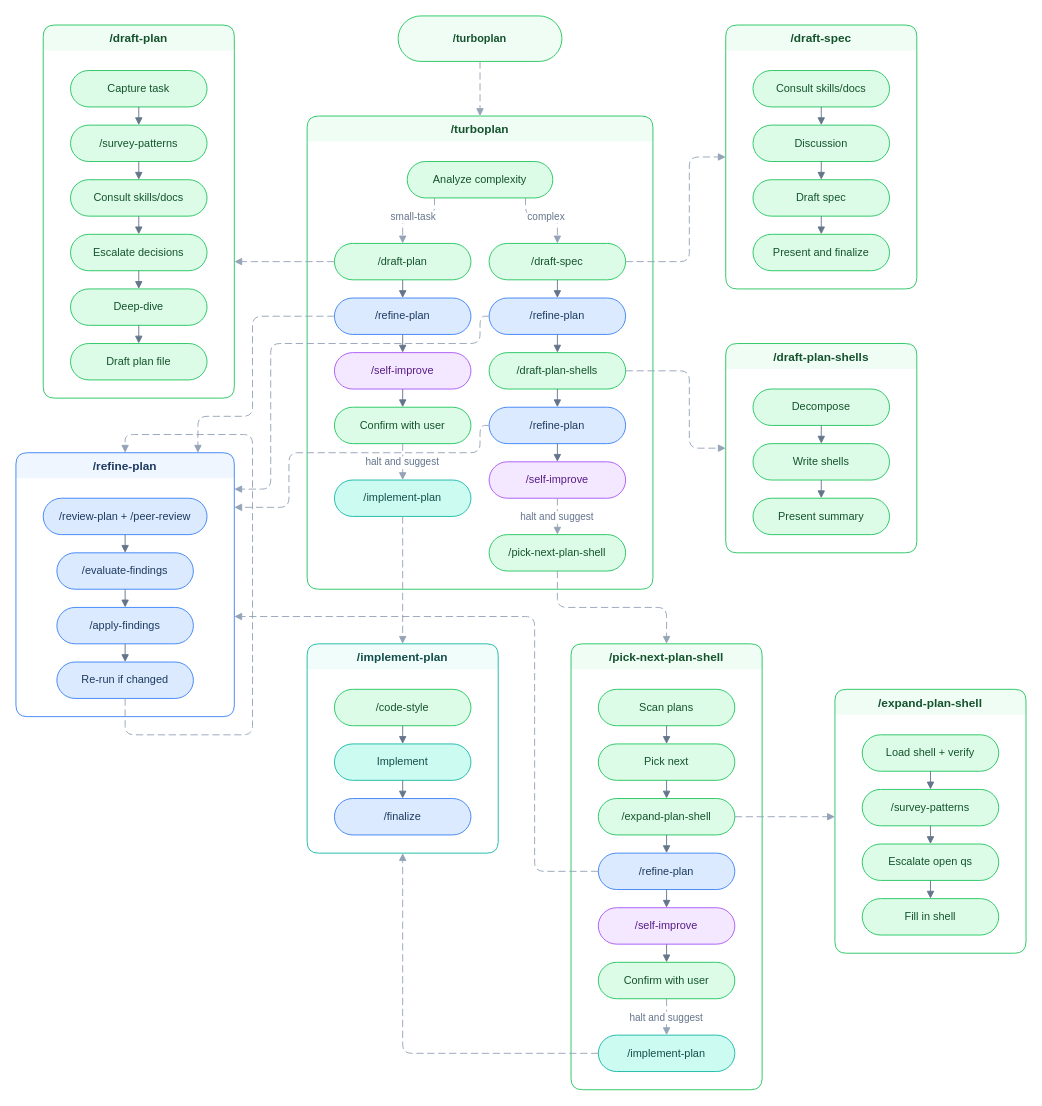
This is assets/how-turboplan-connects.drawio from tobihagemann/turbo, a draw.io file, before an edit. Source tidied: cells renumbered, new cells numbered last; positions are measured from the earlier drawing's top-left corner, leaving out a move shared by most shapes. Both pictures are drawn from the tidied source at 91%, with x=0, y=0 at pixel (15, 15).
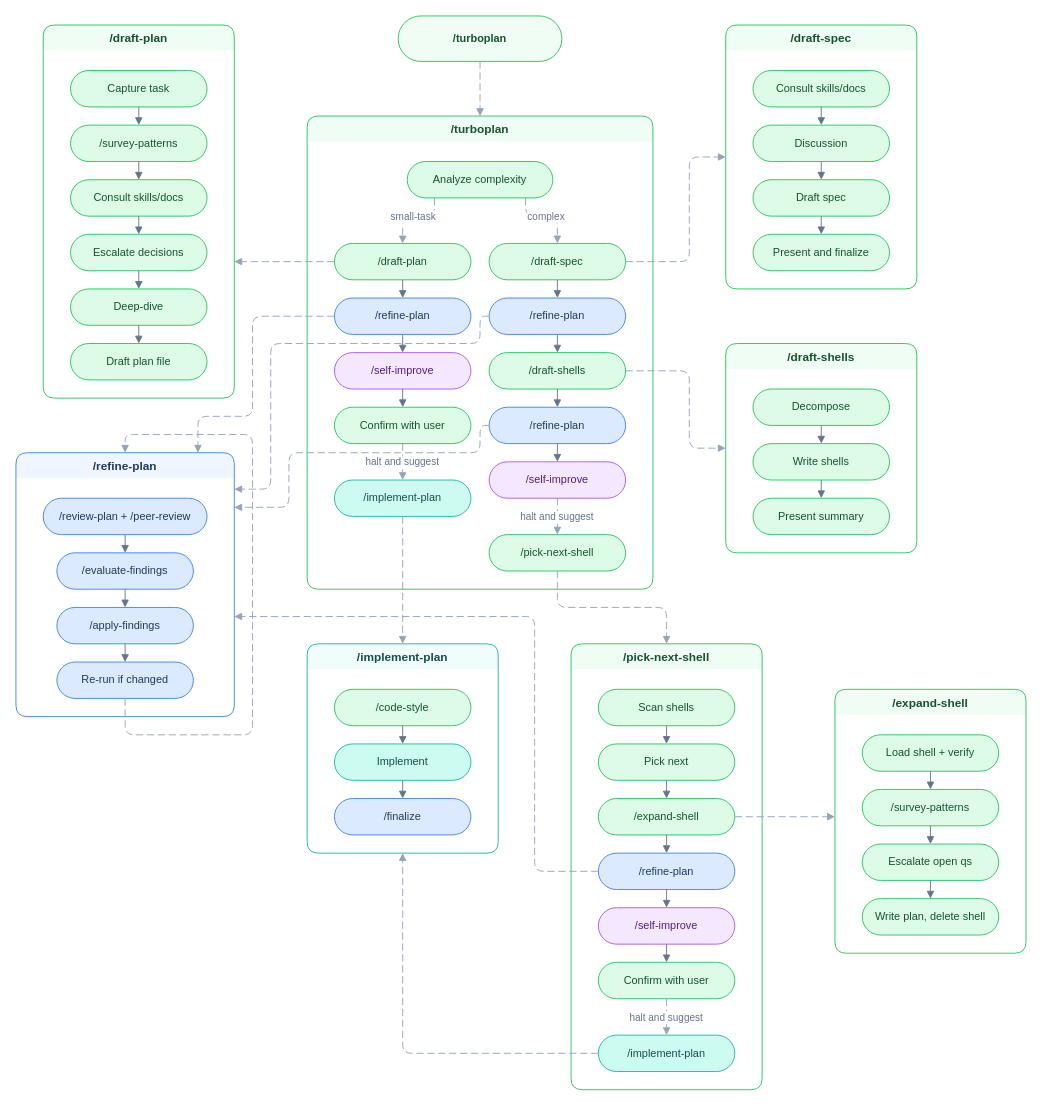
After the change.

The change refers to these unchanged cells:
```xml
<mxCell id="4" value="/turboplan" style="swimlane;startSize=28;rounded=1;fillColor=#f0fdf4;strokeColor=#22c55e;fontColor=#14532d;fontStyle=1;fontSize=13;swimlaneLine=0;" parent="1" vertex="1">
  <mxGeometry x="320" y="110" width="380" height="520" as="geometry" />
</mxCell>
```

What changed in the source:
```diff
@@
-    <mxCell id="13" value="/draft-plan-shells" style="rounded=1;whiteSpace=wrap;html=1;arcSize=50;fillColor=#dcfce7;strokeColor=#22c55e;fontColor=#14532d;fontSize=12;" parent="4" vertex="1">
+    <mxCell id="13" value="/draft-shells" style="rounded=1;whiteSpace=wrap;html=1;arcSize=50;fillColor=#dcfce7;strokeColor=#22c55e;fontColor=#14532d;fontSize=12;" parent="4" vertex="1">
       <mxGeometry x="200" y="260" width="150" height="40" as="geometry" />
     </mxCell>
@@
-    <mxCell id="16" value="/pick-next-plan-shell" style="rounded=1;whiteSpace=wrap;html=1;arcSize=50;fillColor=#dcfce7;strokeColor=#22c55e;fontColor=#14532d;fontSize=12;" parent="4" vertex="1">
+    <mxCell id="16" value="/pick-next-shell" style="rounded=1;whiteSpace=wrap;html=1;arcSize=50;fillColor=#dcfce7;strokeColor=#22c55e;fontColor=#14532d;fontSize=12;" parent="4" vertex="1">
       <mxGeometry x="200" y="460" width="150" height="40" as="geometry" />
     </mxCell>
@@
-    <mxCell id="63" value="/draft-plan-shells" style="swimlane;startSize=28;rounded=1;fillColor=#f0fdf4;strokeColor=#22c55e;fontColor=#14532d;fontStyle=1;fontSize=13;swimlaneLine=0;" parent="1" vertex="1">
+    <mxCell id="63" value="/draft-shells" style="swimlane;startSize=28;rounded=1;fillColor=#f0fdf4;strokeColor=#22c55e;fontColor=#14532d;fontStyle=1;fontSize=13;swimlaneLine=0;" parent="1" vertex="1">
       <mxGeometry x="780" y="360" width="210" height="230" as="geometry" />
     </mxCell>
@@
-    <mxCell id="69" value="/pick-next-plan-shell" style="swimlane;startSize=28;rounded=1;fillColor=#f0fdf4;strokeColor=#22c55e;fontColor=#14532d;fontStyle=1;fontSize=13;swimlaneLine=0;" parent="1" vertex="1">
+    <mxCell id="69" value="/pick-next-shell" style="swimlane;startSize=28;rounded=1;fillColor=#f0fdf4;strokeColor=#22c55e;fontColor=#14532d;fontStyle=1;fontSize=13;swimlaneLine=0;" parent="1" vertex="1">
       <mxGeometry x="610" y="690" width="210" height="490" as="geometry" />
     </mxCell>
-    <mxCell id="70" value="Scan plans" style="rounded=1;whiteSpace=wrap;html=1;arcSize=50;fillColor=#dcfce7;strokeColor=#22c55e;fontColor=#14532d;fontSize=12;" parent="69" vertex="1">
+    <mxCell id="70" value="Scan shells" style="rounded=1;whiteSpace=wrap;html=1;arcSize=50;fillColor=#dcfce7;strokeColor=#22c55e;fontColor=#14532d;fontSize=12;" parent="69" vertex="1">
       <mxGeometry x="30" y="50" width="150" height="40" as="geometry" />
     </mxCell>
@@
-    <mxCell id="72" value="/expand-plan-shell" style="rounded=1;whiteSpace=wrap;html=1;arcSize=50;fillColor=#dcfce7;strokeColor=#22c55e;fontColor=#14532d;fontSize=12;" parent="69" vertex="1">
+    <mxCell id="72" value="/expand-shell" style="rounded=1;whiteSpace=wrap;html=1;arcSize=50;fillColor=#dcfce7;strokeColor=#22c55e;fontColor=#14532d;fontSize=12;" parent="69" vertex="1">
       <mxGeometry x="30" y="170" width="150" height="40" as="geometry" />
     </mxCell>
@@
-    <mxCell id="83" value="/expand-plan-shell" style="swimlane;startSize=28;rounded=1;fillColor=#f0fdf4;strokeColor=#22c55e;fontColor=#14532d;fontStyle=1;fontSize=13;swimlaneLine=0;" parent="1" vertex="1">
+    <mxCell id="83" value="/expand-shell" style="swimlane;startSize=28;rounded=1;fillColor=#f0fdf4;strokeColor=#22c55e;fontColor=#14532d;fontStyle=1;fontSize=13;swimlaneLine=0;" parent="1" vertex="1">
       <mxGeometry x="900" y="740" width="210" height="290" as="geometry" />
     </mxCell>
@@
-    <mxCell id="87" value="Fill in shell" style="rounded=1;whiteSpace=wrap;html=1;arcSize=50;fillColor=#dcfce7;strokeColor=#22c55e;fontColor=#14532d;fontSize=12;" parent="83" vertex="1">
+    <mxCell id="87" value="Write plan, delete shell" style="rounded=1;whiteSpace=wrap;html=1;arcSize=50;fillColor=#dcfce7;strokeColor=#22c55e;fontColor=#14532d;fontSize=12;" parent="83" vertex="1">
       <mxGeometry x="30" y="230" width="150" height="40" as="geometry" />
     </mxCell>
```
